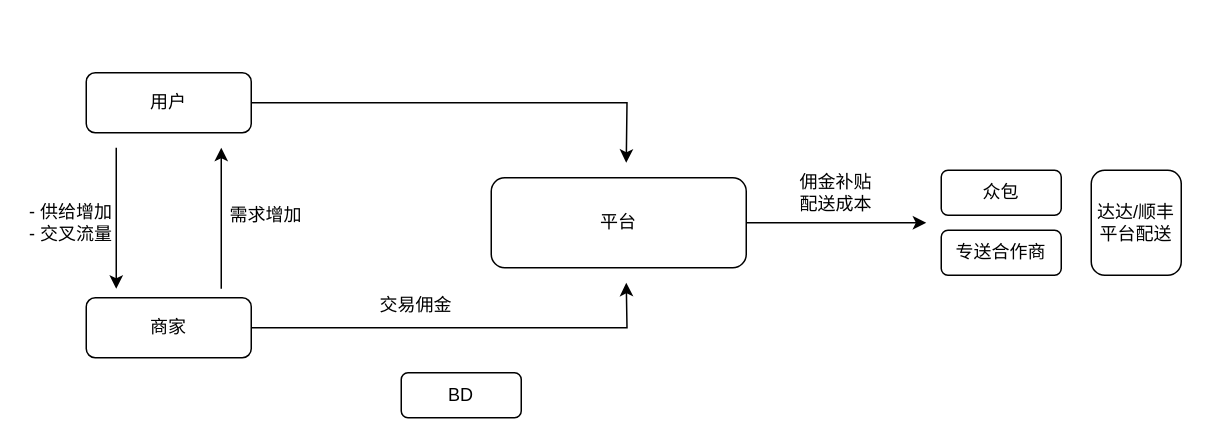
Above: 未命名绘图.drawio in kevinlynx/test (draw.io), before the change. Source tidied: cells renumbered, new cells numbered last; positions are measured from the earlier drawing's top-left corner, leaving out a move shared by most shapes. Both pictures are drawn from the tidied source at 150%, with x=0, y=0 at pixel (26, 72).
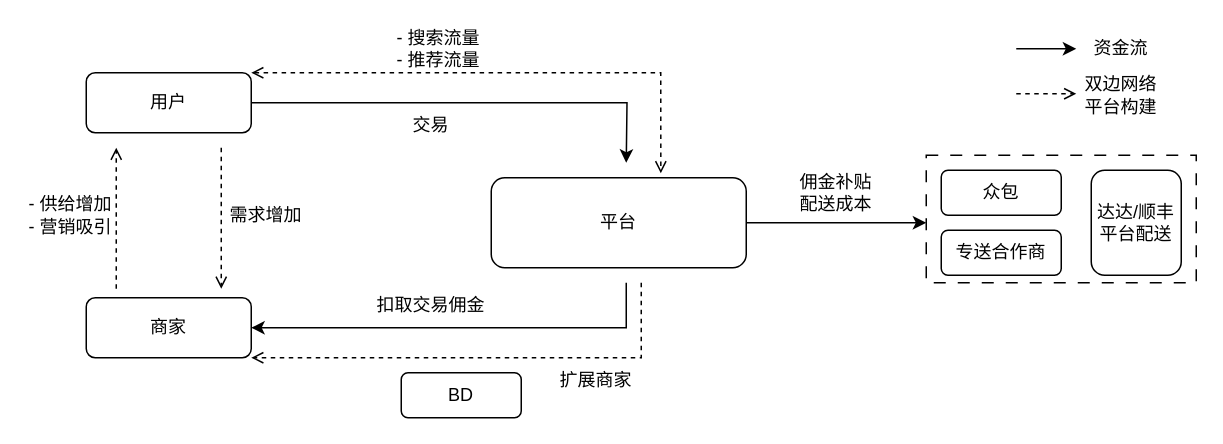
Above is the later version.

Commit message:
更新未命名绘图.drawio

The change refers to these unchanged cells:
```xml
<mxCell id="3" value="平台" style="rounded=1;whiteSpace=wrap;html=1;" parent="1" vertex="1">
  <mxGeometry x="310" y="70" width="170" height="60" as="geometry" />
</mxCell>
<mxCell id="5" value="商家" style="rounded=1;whiteSpace=wrap;html=1;" parent="1" vertex="1">
  <mxGeometry x="40" y="150" width="110" height="40" as="geometry" />
</mxCell>
<mxCell id="7" value="用户" style="rounded=1;whiteSpace=wrap;html=1;" parent="1" vertex="1">
  <mxGeometry x="40" width="110" height="40" as="geometry" />
</mxCell>
```

Change to the diagram source:
```diff
@@
+    <mxCell id="19" style="rounded=0;whiteSpace=wrap;html=1;dashed=1;dashPattern=8 8;" parent="1" vertex="1">
+      <mxGeometry x="600" y="55" width="180" height="85" as="geometry" />
+    </mxCell>
@@
-    <mxCell id="4" style="edgeStyle=orthogonalEdgeStyle;rounded=0;jettySize=auto;html=1;exitX=1;exitY=0.5;exitDx=0;exitDy=0;" parent="1" edge="1" source="5">
+    <mxCell id="4" style="edgeStyle=orthogonalEdgeStyle;rounded=0;jettySize=auto;html=1;exitX=1;exitY=0.5;exitDx=0;exitDy=0;entryX=1;entryY=0.5;entryDx=0;entryDy=0;" parent="1" edge="1" target="5">
       <mxGeometry relative="1" as="geometry">
-        <mxPoint x="400" y="140" as="targetPoint" />
+        <mxPoint x="400" y="140" as="sourcePoint" />
+        <Array as="points">
+          <mxPoint x="400" y="170" />
+        </Array>
       </mxGeometry>
     </mxCell>
@@
-    <mxCell id="14" value="交易佣金" style="text;html=1;strokeColor=none;fillColor=none;align=center;verticalAlign=middle;whiteSpace=wrap;rounded=0;" parent="1" vertex="1">
-      <mxGeometry x="230" y="140" width="60" height="30" as="geometry" />
+    <mxCell id="14" value="扣取交易佣金" style="text;html=1;strokeColor=none;fillColor=none;align=center;verticalAlign=middle;whiteSpace=wrap;rounded=0;" parent="1" vertex="1">
+      <mxGeometry x="230" y="140" width="80" height="30" as="geometry" />
     </mxCell>
-    <mxCell id="15" style="endArrow=classic;html=1;rounded=0;" parent="1" edge="1">
+    <mxCell id="15" style="endArrow=open;html=1;rounded=0;dashed=1;endFill=0;" parent="1" edge="1">
       <mxGeometry relative="1" as="geometry">
-        <mxPoint x="130" y="144" as="sourcePoint" />
-        <mxPoint x="130" y="50" as="targetPoint" />
+        <mxPoint x="130" y="50" as="sourcePoint" />
+        <mxPoint x="130" y="144" as="targetPoint" />
       </mxGeometry>
     </mxCell>
-    <mxCell id="16" style="endArrow=classic;html=1;rounded=0;" parent="1" edge="1">
+    <mxCell id="16" style="endArrow=open;html=1;rounded=0;dashed=1;endFill=0;" parent="1" edge="1">
       <mxGeometry relative="1" as="geometry">
-        <mxPoint x="60" y="50" as="sourcePoint" />
-        <mxPoint x="60" y="144" as="targetPoint" />
+        <mxPoint x="60" y="144" as="sourcePoint" />
+        <mxPoint x="60" y="50" as="targetPoint" />
       </mxGeometry>
     </mxCell>
-    <mxCell id="17" value="- 供给增加&lt;br&gt;- 交叉流量" style="text;html=1;strokeColor=none;fillColor=none;align=center;verticalAlign=middle;whiteSpace=wrap;rounded=0;" parent="1" vertex="1">
-      <mxGeometry y="85" width="60" height="30" as="geometry" />
+    <mxCell id="17" value="- 供给增加&lt;br&gt;- 营销吸引" style="text;html=1;strokeColor=none;fillColor=none;align=left;verticalAlign=middle;whiteSpace=wrap;rounded=0;" parent="1" vertex="1">
+      <mxGeometry y="80" width="60" height="30" as="geometry" />
     </mxCell>
@@
+    <mxCell id="20" value="交易" style="text;html=1;strokeColor=none;fillColor=none;align=center;verticalAlign=middle;whiteSpace=wrap;rounded=0;" parent="1" vertex="1">
+      <mxGeometry x="240" y="20" width="60" height="30" as="geometry" />
+    </mxCell>
+    <mxCell id="21" style="endArrow=open;html=1;rounded=0;dashed=1;endFill=0;entryX=1;entryY=1;entryDx=0;entryDy=0;entryPerimeter=0;" parent="1" edge="1" target="5">
+      <mxGeometry relative="1" as="geometry">
+        <mxPoint x="410" y="140" as="sourcePoint" />
+        <Array as="points">
+          <mxPoint x="410" y="190" />
+        </Array>
+      </mxGeometry>
+    </mxCell>
+    <mxCell id="22" value="扩展商家" style="text;html=1;strokeColor=none;fillColor=none;align=center;verticalAlign=middle;whiteSpace=wrap;rounded=0;" parent="1" vertex="1">
+      <mxGeometry x="350" y="190" width="60" height="30" as="geometry" />
+    </mxCell>
+    <mxCell id="23" style="endArrow=classic;html=1;rounded=0;" parent="1" edge="1">
+      <mxGeometry relative="1" as="geometry">
+        <mxPoint x="660" y="-16" as="sourcePoint" />
+        <mxPoint x="700" y="-16" as="targetPoint" />
+      </mxGeometry>
+    </mxCell>
+    <mxCell id="24" style="endArrow=open;html=1;rounded=0;endFill=0;dashed=1;" parent="1" edge="1">
+      <mxGeometry relative="1" as="geometry">
+        <mxPoint x="660" y="14" as="sourcePoint" />
+        <mxPoint x="700" y="14" as="targetPoint" />
+      </mxGeometry>
+    </mxCell>
+    <mxCell id="25" value="资金流" style="text;html=1;strokeColor=none;fillColor=none;align=center;verticalAlign=middle;whiteSpace=wrap;rounded=0;" parent="1" vertex="1">
+      <mxGeometry x="700" y="-31" width="60" height="30" as="geometry" />
+    </mxCell>
+    <mxCell id="26" value="双边网络平台构建" style="text;html=1;strokeColor=none;fillColor=none;align=center;verticalAlign=middle;whiteSpace=wrap;rounded=0;" parent="1" vertex="1">
+      <mxGeometry x="700" width="60" height="30" as="geometry" />
+    </mxCell>
+    <mxCell id="27" style="endArrow=open;html=1;rounded=0;dashed=1;endFill=0;exitX=1;exitY=0;exitDx=0;exitDy=0;entryX=0.665;entryY=-0.05;entryDx=0;entryDy=0;entryPerimeter=0;startArrow=open;startFill=0;" parent="1" edge="1" source="7" target="3">
+      <mxGeometry relative="1" as="geometry">
+        <Array as="points">
+          <mxPoint x="423" />
+        </Array>
+      </mxGeometry>
+    </mxCell>
+    <mxCell id="28" value="- 搜索流量&lt;br&gt;- 推荐流量" style="text;html=1;strokeColor=none;fillColor=none;align=center;verticalAlign=middle;whiteSpace=wrap;rounded=0;" parent="1" vertex="1">
+      <mxGeometry x="240" y="-31" width="70" height="30" as="geometry" />
+    </mxCell>
```
